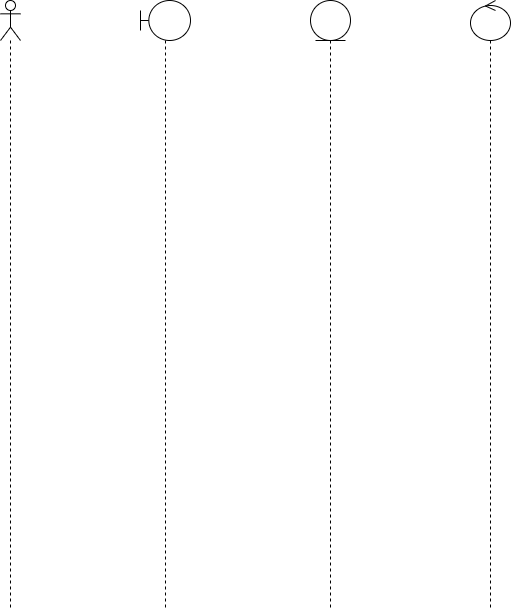
Earlier version of the draw.io export static/Diagramme des séquences conceptuel  log et pointage .drawio.png (Siluearsene/borne_biometrique). Source tidied: cells renumbered, new cells last; positions are measured from the earlier drawing's top-left corner, leaving out a move shared by most shapes.
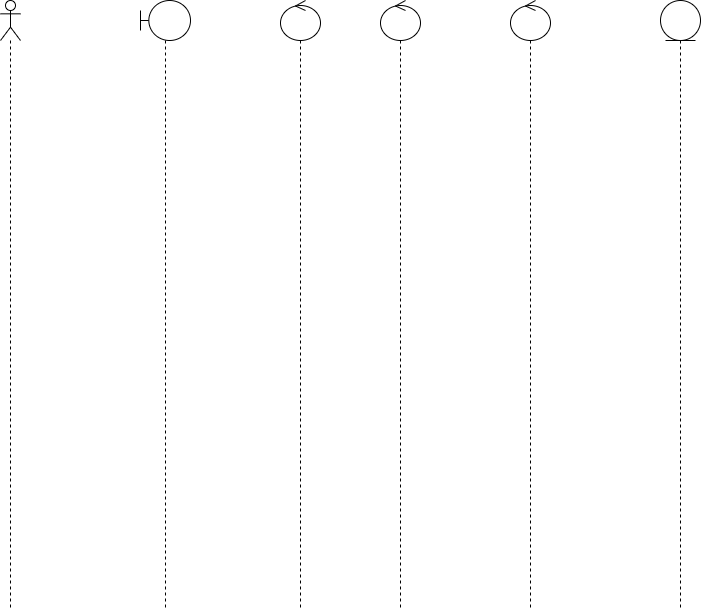
Above is the later version.

Commit message:
Mettre à jour Diagramme des séquences conceptuel  log et pointage .drawio.png

Change to the diagram source:
```diff
@@ -6,13 +6,19 @@
       <mxGeometry x="140" width="50" height="610" as="geometry" />
     </mxCell>
     <mxCell id="3" style="shape=umlLifeline;perimeter=lifelinePerimeter;whiteSpace=wrap;html=1;newEdgeStyle={&quot;edgeStyle&quot;:&quot;elbowEdgeStyle&quot;,&quot;elbow&quot;:&quot;vertical&quot;,&quot;curved&quot;:0,&quot;rounded&quot;:0};participant=umlEntity;" parent="1" vertex="1">
-      <mxGeometry x="310" width="40" height="610" as="geometry" />
+      <mxGeometry x="660" width="40" height="610" as="geometry" />
     </mxCell>
     <mxCell id="4" style="shape=umlLifeline;perimeter=lifelinePerimeter;whiteSpace=wrap;html=1;newEdgeStyle={&quot;edgeStyle&quot;:&quot;elbowEdgeStyle&quot;,&quot;elbow&quot;:&quot;vertical&quot;,&quot;curved&quot;:0,&quot;rounded&quot;:0};participant=umlControl;" parent="1" vertex="1">
-      <mxGeometry x="470" width="40" height="610" as="geometry" />
+      <mxGeometry x="280" width="40" height="610" as="geometry" />
     </mxCell>
     <mxCell id="5" style="shape=umlLifeline;perimeter=lifelinePerimeter;whiteSpace=wrap;html=1;newEdgeStyle={&quot;edgeStyle&quot;:&quot;elbowEdgeStyle&quot;,&quot;elbow&quot;:&quot;vertical&quot;,&quot;curved&quot;:0,&quot;rounded&quot;:0};participant=umlActor;" parent="1" vertex="1">
       <mxGeometry width="20" height="610" as="geometry" />
     </mxCell>
+    <mxCell id="6" style="shape=umlLifeline;perimeter=lifelinePerimeter;whiteSpace=wrap;html=1;newEdgeStyle={&quot;edgeStyle&quot;:&quot;elbowEdgeStyle&quot;,&quot;elbow&quot;:&quot;vertical&quot;,&quot;curved&quot;:0,&quot;rounded&quot;:0};participant=umlControl;" parent="1" vertex="1">
+      <mxGeometry x="380" width="40" height="610" as="geometry" />
+    </mxCell>
+    <mxCell id="7" style="shape=umlLifeline;perimeter=lifelinePerimeter;whiteSpace=wrap;html=1;newEdgeStyle={&quot;edgeStyle&quot;:&quot;elbowEdgeStyle&quot;,&quot;elbow&quot;:&quot;vertical&quot;,&quot;curved&quot;:0,&quot;rounded&quot;:0};participant=umlControl;" parent="1" vertex="1">
+      <mxGeometry x="510" width="40" height="610" as="geometry" />
+    </mxCell>
   </root>
 </mxGraphModel>
```
